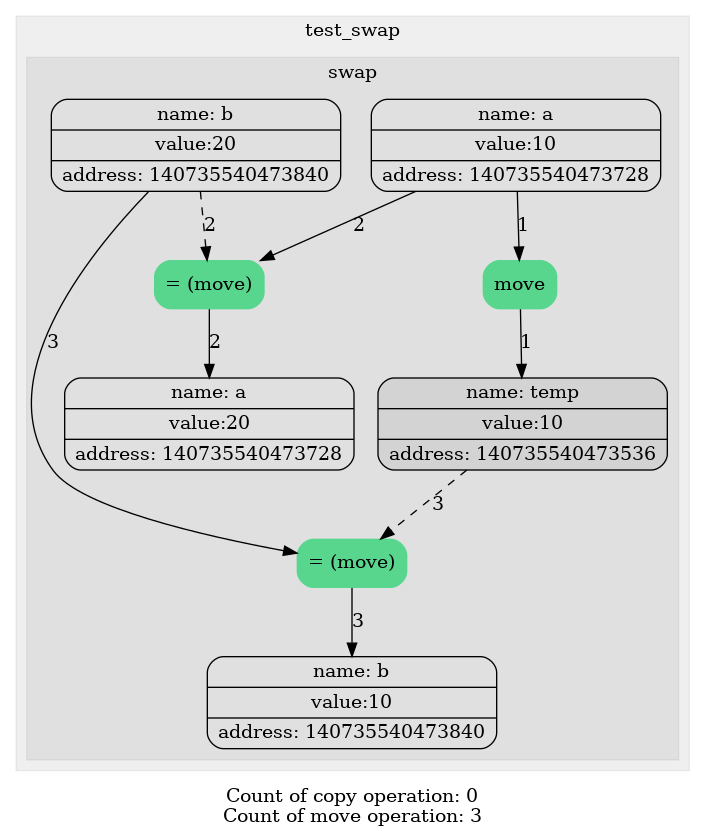
The Graphviz diagram diagrams/move_swap.png in levasemin/Move_Semantic, before a commit. Its source is kept beside it as diagrams/move_swap.dot.
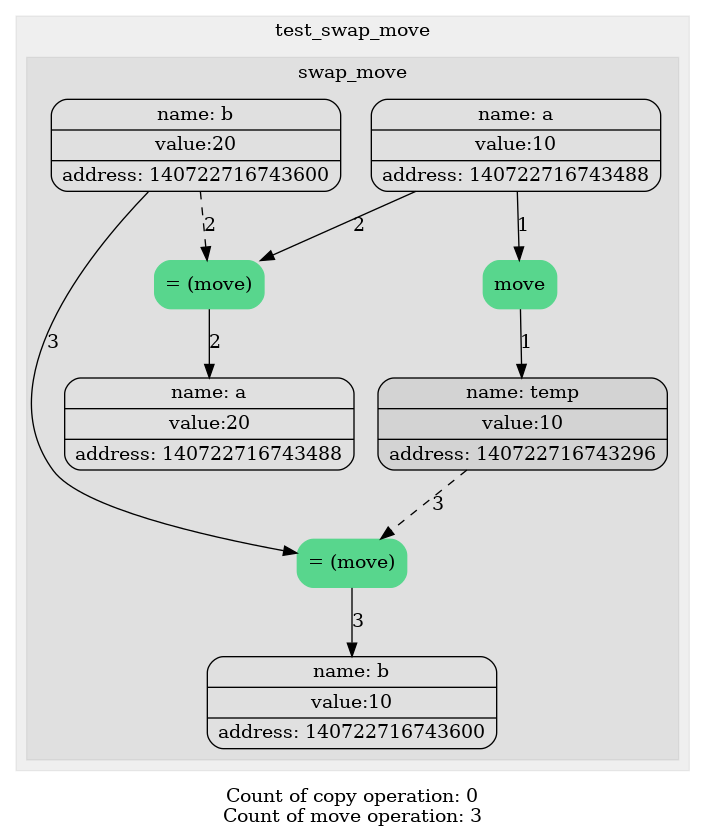
Above is the later version.

Diff of the diagram source:
```diff
@@ -3,31 +3,31 @@
 node[shape=Mrecord];
 
 subgraph "cluster_0" {
-label = test_swap;
+label = test_swap_move;
 style= filled
 color = "#00000010";
-1[label="{ {name: tmp0} | {value:10} | {address: 140735540473728}} " color=""style=""];
-1[label="{ {name: a} | {value:10} | {address: 140735540473728}} " color=""style=""];
-2[label="{ {name: tmp1} | {value:20} | {address: 140735540473840}} " color=""style=""];
-2[label="{ {name: b} | {value:20} | {address: 140735540473840}} " color=""style=""];
+1[label="{ {name: tmp0} | {value:10} | {address: 140722716743488}} " color=""style=""];
+1[label="{ {name: a} | {value:10} | {address: 140722716743488}} " color=""style=""];
+2[label="{ {name: tmp1} | {value:20} | {address: 140722716743600}} " color=""style=""];
+2[label="{ {name: b} | {value:20} | {address: 140722716743600}} " color=""style=""];
 subgraph "cluster_1" {
-label = swap;
+label = swap_move;
 style= filled
 color = "#00000010";
 3[label="move" color = "#58D68D" style = "filled"];
 edge[style = "" color = ""label = "1"]1->3;
-4[label="{ {name: tmp2} | {value:10} | {address: 140735540473536}} " color=""style="filled"];
+4[label="{ {name: tmp2} | {value:10} | {address: 140722716743296}} " color=""style="filled"];
 edge[style = "" color = ""label = "1"]3->4;
-4[label="{ {name: temp} | {value:10} | {address: 140735540473536}} " color=""style="filled"];
+4[label="{ {name: temp} | {value:10} | {address: 140722716743296}} " color=""style="filled"];
 5[label="= (move)" color = "#58D68D" style = "filled"];
 edge[style = "" color = ""label = "2"]1->5;
 edge[style = "dashed" color = ""label = "2"]2->5;
-6[label="{ {name: a} | {value:20} | {address: 140735540473728}} " color=""style=""];
+6[label="{ {name: a} | {value:20} | {address: 140722716743488}} " color=""style=""];
 edge[style = "" color = ""label = "2"]5->6;
 7[label="= (move)" color = "#58D68D" style = "filled"];
 edge[style = "" color = ""label = "3"]2->7;
 edge[style = "dashed" color = ""label = "3"]4->7;
-8[label="{ {name: b} | {value:10} | {address: 140735540473840}} " color=""style=""];
+8[label="{ {name: b} | {value:10} | {address: 140722716743600}} " color=""style=""];
 edge[style = "" color = ""label = "3"]7->8;
 }
 }
```
